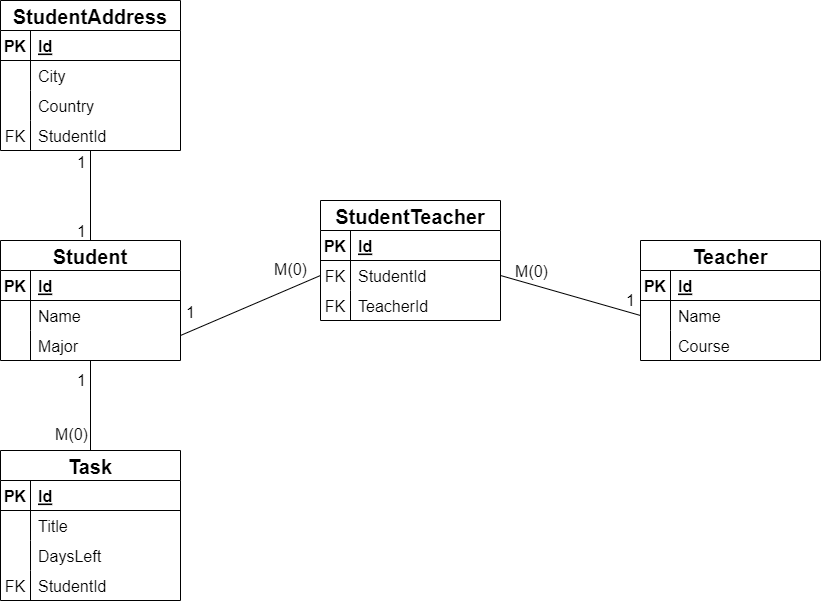
Earlier version of the draw.io export backend/diagram.png (AmarKayed/ASP.NET-Angular-Project). Source tidied: cells renumbered, new cells last; positions are measured from the earlier drawing's top-left corner, leaving out a move shared by most shapes. Its diagram source:
```xml
<mxGraphModel>
  <root>
    <mxCell id="0" />
    <mxCell id="1" parent="0" />
    <mxCell id="2" style="edgeStyle=none;html=1;entryX=0.5;entryY=0;entryDx=0;entryDy=0;fontSize=16;endArrow=none;endFill=0;" parent="1" edge="1" source="5" target="15">
      <mxGeometry relative="1" as="geometry" />
    </mxCell>
    <mxCell id="3" value="1" style="edgeLabel;html=1;align=center;verticalAlign=middle;fontSize=16;labelBackgroundColor=none;" parent="2" vertex="1">
      <mxGeometry x="-0.58" relative="1" as="geometry">
        <mxPoint x="-10" as="offset" />
      </mxGeometry>
    </mxCell>
    <mxCell id="4" value="M(0)" style="edgeLabel;html=1;align=center;verticalAlign=middle;fontSize=16;labelBackgroundColor=none;" parent="2" vertex="1">
      <mxGeometry x="0.77" relative="1" as="geometry">
        <mxPoint x="-20" y="-7" as="offset" />
      </mxGeometry>
    </mxCell>
    <mxCell id="5" value="Student" style="shape=table;startSize=30;rowLines=0;fontStyle=1;align=center;labelBackgroundColor=none;fontSize=20;" parent="1" vertex="1">
      <mxGeometry y="240" width="180" height="120" as="geometry" />
    </mxCell>
    <mxCell id="6" style="shape=partialRectangle;fillColor=none;top=0;left=0;bottom=1;right=0;labelBackgroundColor=none;fontSize=16;" parent="5" vertex="1">
      <mxGeometry y="30" width="180" height="30" as="geometry" />
    </mxCell>
    <mxCell id="7" value="PK" style="shape=partialRectangle;fillColor=none;top=0;left=0;bottom=0;right=0;fontStyle=1;overflow=hidden;labelBackgroundColor=none;fontSize=16;" parent="6" vertex="1">
      <mxGeometry width="30" height="30" as="geometry" />
    </mxCell>
    <mxCell id="8" value="Id" style="shape=partialRectangle;fillColor=none;top=0;left=0;bottom=0;right=0;align=left;spacingLeft=6;fontStyle=5;overflow=hidden;labelBackgroundColor=none;fontSize=16;" parent="6" vertex="1">
      <mxGeometry x="30" width="150" height="30" as="geometry" />
    </mxCell>
    <mxCell id="9" style="shape=partialRectangle;fillColor=none;top=0;left=0;bottom=0;right=0;labelBackgroundColor=none;fontSize=16;" parent="5" vertex="1">
      <mxGeometry y="60" width="180" height="30" as="geometry" />
    </mxCell>
    <mxCell id="10" style="shape=partialRectangle;fillColor=none;top=0;left=0;bottom=0;right=0;overflow=hidden;labelBackgroundColor=none;fontSize=16;" parent="9" vertex="1">
      <mxGeometry width="30" height="30" as="geometry" />
    </mxCell>
    <mxCell id="11" value="Name" style="shape=partialRectangle;fillColor=none;top=0;left=0;bottom=0;right=0;align=left;spacingLeft=6;overflow=hidden;labelBackgroundColor=none;fontSize=16;" parent="9" vertex="1">
      <mxGeometry x="30" width="150" height="30" as="geometry" />
    </mxCell>
    <mxCell id="12" style="shape=partialRectangle;fillColor=none;top=0;left=0;bottom=0;right=0;labelBackgroundColor=none;fontSize=16;" parent="5" vertex="1">
      <mxGeometry y="90" width="180" height="30" as="geometry" />
    </mxCell>
    <mxCell id="13" style="shape=partialRectangle;fillColor=none;top=0;left=0;bottom=0;right=0;overflow=hidden;labelBackgroundColor=none;fontSize=16;" parent="12" vertex="1">
      <mxGeometry width="30" height="30" as="geometry" />
    </mxCell>
    <mxCell id="14" value="Major" style="shape=partialRectangle;fillColor=none;top=0;left=0;bottom=0;right=0;align=left;spacingLeft=6;overflow=hidden;labelBackgroundColor=none;fontSize=16;" parent="12" vertex="1">
      <mxGeometry x="30" width="150" height="30" as="geometry" />
    </mxCell>
    <mxCell id="15" value="Task" style="shape=table;startSize=30;rowLines=0;fontStyle=1;align=center;labelBackgroundColor=none;fontSize=20;" parent="1" vertex="1">
      <mxGeometry y="450" width="180" height="150" as="geometry" />
    </mxCell>
    <mxCell id="16" style="shape=partialRectangle;fillColor=none;top=0;left=0;bottom=1;right=0;labelBackgroundColor=none;fontSize=16;" parent="15" vertex="1">
      <mxGeometry y="30" width="180" height="30" as="geometry" />
    </mxCell>
    <mxCell id="17" value="PK" style="shape=partialRectangle;fillColor=none;top=0;left=0;bottom=0;right=0;fontStyle=1;overflow=hidden;labelBackgroundColor=none;fontSize=16;" parent="16" vertex="1">
      <mxGeometry width="30" height="30" as="geometry" />
    </mxCell>
    <mxCell id="18" value="Id" style="shape=partialRectangle;fillColor=none;top=0;left=0;bottom=0;right=0;align=left;spacingLeft=6;fontStyle=5;overflow=hidden;labelBackgroundColor=none;fontSize=16;" parent="16" vertex="1">
      <mxGeometry x="30" width="150" height="30" as="geometry" />
    </mxCell>
    <mxCell id="19" style="shape=partialRectangle;fillColor=none;top=0;left=0;bottom=0;right=0;labelBackgroundColor=none;fontSize=16;" parent="15" vertex="1">
      <mxGeometry y="60" width="180" height="30" as="geometry" />
    </mxCell>
    <mxCell id="20" style="shape=partialRectangle;fillColor=none;top=0;left=0;bottom=0;right=0;overflow=hidden;labelBackgroundColor=none;fontSize=16;" parent="19" vertex="1">
      <mxGeometry width="30" height="30" as="geometry" />
    </mxCell>
    <mxCell id="21" value="Title" style="shape=partialRectangle;fillColor=none;top=0;left=0;bottom=0;right=0;align=left;spacingLeft=6;overflow=hidden;labelBackgroundColor=none;fontSize=16;" parent="19" vertex="1">
      <mxGeometry x="30" width="150" height="30" as="geometry" />
    </mxCell>
    <mxCell id="22" style="shape=partialRectangle;fillColor=none;top=0;left=0;bottom=0;right=0;labelBackgroundColor=none;fontSize=16;" parent="15" vertex="1">
      <mxGeometry y="90" width="180" height="30" as="geometry" />
    </mxCell>
    <mxCell id="23" style="shape=partialRectangle;fillColor=none;top=0;left=0;bottom=0;right=0;overflow=hidden;labelBackgroundColor=none;fontSize=16;" parent="22" vertex="1">
      <mxGeometry width="30" height="30" as="geometry" />
    </mxCell>
    <mxCell id="24" value="DaysLeft" style="shape=partialRectangle;fillColor=none;top=0;left=0;bottom=0;right=0;align=left;spacingLeft=6;overflow=hidden;labelBackgroundColor=none;fontSize=16;" parent="22" vertex="1">
      <mxGeometry x="30" width="150" height="30" as="geometry" />
    </mxCell>
    <mxCell id="25" style="shape=partialRectangle;fillColor=none;top=0;left=0;bottom=0;right=0;labelBackgroundColor=none;fontSize=16;" parent="15" vertex="1">
      <mxGeometry y="120" width="180" height="30" as="geometry" />
    </mxCell>
    <mxCell id="26" value="FK" style="shape=partialRectangle;fillColor=none;top=0;left=0;bottom=0;right=0;overflow=hidden;labelBackgroundColor=none;fontSize=16;" parent="25" vertex="1">
      <mxGeometry width="30" height="30" as="geometry" />
    </mxCell>
    <mxCell id="27" value="StudentId" style="shape=partialRectangle;fillColor=none;top=0;left=0;bottom=0;right=0;align=left;spacingLeft=6;overflow=hidden;labelBackgroundColor=none;fontSize=16;" parent="25" vertex="1">
      <mxGeometry x="30" width="150" height="30" as="geometry" />
    </mxCell>
    <mxCell id="28" style="edgeStyle=none;html=1;entryX=0.5;entryY=0;entryDx=0;entryDy=0;fontSize=16;endArrow=none;endFill=0;" parent="1" edge="1" source="31" target="5">
      <mxGeometry relative="1" as="geometry" />
    </mxCell>
    <mxCell id="29" value="1" style="edgeLabel;html=1;align=center;verticalAlign=middle;fontSize=16;labelBackgroundColor=none;" parent="28" vertex="1">
      <mxGeometry x="0.76" y="-2" relative="1" as="geometry">
        <mxPoint x="-8" y="1" as="offset" />
      </mxGeometry>
    </mxCell>
    <mxCell id="30" value="1" style="edgeLabel;html=1;align=center;verticalAlign=middle;fontSize=16;" parent="28" vertex="1">
      <mxGeometry x="-0.79" y="3" relative="1" as="geometry">
        <mxPoint x="-13" y="1" as="offset" />
      </mxGeometry>
    </mxCell>
    <mxCell id="31" value="StudentAddress" style="shape=table;startSize=30;rowLines=0;fontStyle=1;align=center;labelBackgroundColor=none;fontSize=20;" parent="1" vertex="1">
      <mxGeometry width="180" height="150" as="geometry" />
    </mxCell>
    <mxCell id="32" style="shape=partialRectangle;fillColor=none;top=0;left=0;bottom=1;right=0;labelBackgroundColor=none;fontSize=16;" parent="31" vertex="1">
      <mxGeometry y="30" width="180" height="30" as="geometry" />
    </mxCell>
    <mxCell id="33" value="PK" style="shape=partialRectangle;fillColor=none;top=0;left=0;bottom=0;right=0;fontStyle=1;overflow=hidden;labelBackgroundColor=none;fontSize=16;" parent="32" vertex="1">
      <mxGeometry width="30" height="30" as="geometry" />
    </mxCell>
    <mxCell id="34" value="Id" style="shape=partialRectangle;fillColor=none;top=0;left=0;bottom=0;right=0;align=left;spacingLeft=6;fontStyle=5;overflow=hidden;labelBackgroundColor=none;fontSize=16;" parent="32" vertex="1">
      <mxGeometry x="30" width="150" height="30" as="geometry" />
    </mxCell>
    <mxCell id="35" style="shape=partialRectangle;fillColor=none;top=0;left=0;bottom=0;right=0;labelBackgroundColor=none;fontSize=16;" parent="31" vertex="1">
      <mxGeometry y="60" width="180" height="30" as="geometry" />
    </mxCell>
    <mxCell id="36" style="shape=partialRectangle;fillColor=none;top=0;left=0;bottom=0;right=0;overflow=hidden;labelBackgroundColor=none;fontSize=16;" parent="35" vertex="1">
      <mxGeometry width="30" height="30" as="geometry" />
    </mxCell>
    <mxCell id="37" value="City" style="shape=partialRectangle;fillColor=none;top=0;left=0;bottom=0;right=0;align=left;spacingLeft=6;overflow=hidden;labelBackgroundColor=none;fontSize=16;" parent="35" vertex="1">
      <mxGeometry x="30" width="150" height="30" as="geometry" />
    </mxCell>
    <mxCell id="38" style="shape=partialRectangle;fillColor=none;top=0;left=0;bottom=0;right=0;labelBackgroundColor=none;fontSize=16;" parent="31" vertex="1">
      <mxGeometry y="90" width="180" height="30" as="geometry" />
    </mxCell>
    <mxCell id="39" style="shape=partialRectangle;fillColor=none;top=0;left=0;bottom=0;right=0;overflow=hidden;labelBackgroundColor=none;fontSize=16;" parent="38" vertex="1">
      <mxGeometry width="30" height="30" as="geometry" />
    </mxCell>
    <mxCell id="40" value="Country" style="shape=partialRectangle;fillColor=none;top=0;left=0;bottom=0;right=0;align=left;spacingLeft=6;overflow=hidden;labelBackgroundColor=none;fontSize=16;" parent="38" vertex="1">
      <mxGeometry x="30" width="150" height="30" as="geometry" />
    </mxCell>
    <mxCell id="41" style="shape=partialRectangle;fillColor=none;top=0;left=0;bottom=0;right=0;labelBackgroundColor=none;fontSize=16;" parent="31" vertex="1">
      <mxGeometry y="120" width="180" height="30" as="geometry" />
    </mxCell>
    <mxCell id="42" value="FK" style="shape=partialRectangle;fillColor=none;top=0;left=0;bottom=0;right=0;overflow=hidden;labelBackgroundColor=none;fontSize=16;" parent="41" vertex="1">
      <mxGeometry width="30" height="30" as="geometry" />
    </mxCell>
    <mxCell id="43" value="StudentId" style="shape=partialRectangle;fillColor=none;top=0;left=0;bottom=0;right=0;align=left;spacingLeft=6;overflow=hidden;labelBackgroundColor=none;fontSize=16;" parent="41" vertex="1">
      <mxGeometry x="30" width="150" height="30" as="geometry" />
    </mxCell>
    <mxCell id="44" value="Teacher" style="shape=table;startSize=30;rowLines=0;fontStyle=1;align=center;labelBackgroundColor=none;fontSize=20;" parent="1" vertex="1">
      <mxGeometry x="640" y="240" width="180" height="120" as="geometry" />
    </mxCell>
    <mxCell id="45" style="shape=partialRectangle;fillColor=none;top=0;left=0;bottom=1;right=0;labelBackgroundColor=none;fontSize=16;" parent="44" vertex="1">
      <mxGeometry y="30" width="180" height="30" as="geometry" />
    </mxCell>
    <mxCell id="46" value="PK" style="shape=partialRectangle;fillColor=none;top=0;left=0;bottom=0;right=0;fontStyle=1;overflow=hidden;labelBackgroundColor=none;fontSize=16;" parent="45" vertex="1">
      <mxGeometry width="30" height="30" as="geometry" />
    </mxCell>
    <mxCell id="47" value="Id" style="shape=partialRectangle;fillColor=none;top=0;left=0;bottom=0;right=0;align=left;spacingLeft=6;fontStyle=5;overflow=hidden;labelBackgroundColor=none;fontSize=16;" parent="45" vertex="1">
      <mxGeometry x="30" width="150" height="30" as="geometry" />
    </mxCell>
    <mxCell id="48" style="shape=partialRectangle;fillColor=none;top=0;left=0;bottom=0;right=0;points=[[0,0.5],[1,0.5]];portConstraint=eastwest;labelBackgroundColor=none;fontSize=16;" parent="44" vertex="1">
      <mxGeometry y="60" width="180" height="30" as="geometry" />
    </mxCell>
    <mxCell id="49" style="shape=partialRectangle;fillColor=none;top=0;left=0;bottom=0;right=0;overflow=hidden;labelBackgroundColor=none;fontSize=16;" parent="48" vertex="1">
      <mxGeometry width="30" height="30" as="geometry" />
    </mxCell>
    <mxCell id="50" value="Name" style="shape=partialRectangle;fillColor=none;top=0;left=0;bottom=0;right=0;align=left;spacingLeft=6;overflow=hidden;labelBackgroundColor=none;fontSize=16;" parent="48" vertex="1">
      <mxGeometry x="30" width="150" height="30" as="geometry" />
    </mxCell>
    <mxCell id="51" style="shape=partialRectangle;fillColor=none;top=0;left=0;bottom=0;right=0;labelBackgroundColor=none;fontSize=16;" parent="44" vertex="1">
      <mxGeometry y="90" width="180" height="30" as="geometry" />
    </mxCell>
    <mxCell id="52" style="shape=partialRectangle;fillColor=none;top=0;left=0;bottom=0;right=0;overflow=hidden;labelBackgroundColor=none;fontSize=16;" parent="51" vertex="1">
      <mxGeometry width="30" height="30" as="geometry" />
    </mxCell>
    <mxCell id="53" value="Course" style="shape=partialRectangle;fillColor=none;top=0;left=0;bottom=0;right=0;align=left;spacingLeft=6;overflow=hidden;labelBackgroundColor=none;fontSize=16;" parent="51" vertex="1">
      <mxGeometry x="30" width="150" height="30" as="geometry" />
    </mxCell>
    <mxCell id="54" value="StudentTeacher" style="shape=table;startSize=30;rowLines=0;fontStyle=1;align=center;labelBackgroundColor=none;fontSize=20;" parent="1" vertex="1">
      <mxGeometry x="320" y="200" width="180" height="120" as="geometry" />
    </mxCell>
    <mxCell id="55" style="shape=partialRectangle;fillColor=none;top=0;left=0;bottom=1;right=0;labelBackgroundColor=none;fontSize=16;" parent="54" vertex="1">
      <mxGeometry y="30" width="180" height="30" as="geometry" />
    </mxCell>
    <mxCell id="56" value="PK" style="shape=partialRectangle;fillColor=none;top=0;left=0;bottom=0;right=0;fontStyle=1;overflow=hidden;labelBackgroundColor=none;fontSize=16;" parent="55" vertex="1">
      <mxGeometry width="30" height="30" as="geometry" />
    </mxCell>
    <mxCell id="57" value="Id" style="shape=partialRectangle;fillColor=none;top=0;left=0;bottom=0;right=0;align=left;spacingLeft=6;fontStyle=5;overflow=hidden;labelBackgroundColor=none;fontSize=16;" parent="55" vertex="1">
      <mxGeometry x="30" width="150" height="30" as="geometry" />
    </mxCell>
    <mxCell id="58" style="shape=partialRectangle;fillColor=none;top=0;left=0;bottom=0;right=0;points=[[0,0.5],[1,0.5]];portConstraint=eastwest;labelBackgroundColor=none;fontSize=16;" parent="54" vertex="1">
      <mxGeometry y="60" width="180" height="30" as="geometry" />
    </mxCell>
    <mxCell id="59" value="FK" style="shape=partialRectangle;fillColor=none;top=0;left=0;bottom=0;right=0;overflow=hidden;labelBackgroundColor=none;fontSize=16;" parent="58" vertex="1">
      <mxGeometry width="30" height="30" as="geometry" />
    </mxCell>
    <mxCell id="60" value="StudentId" style="shape=partialRectangle;fillColor=none;top=0;left=0;bottom=0;right=0;align=left;spacingLeft=6;overflow=hidden;labelBackgroundColor=none;fontSize=16;" parent="58" vertex="1">
      <mxGeometry x="30" width="150" height="30" as="geometry" />
    </mxCell>
    <mxCell id="61" style="shape=partialRectangle;fillColor=none;top=0;left=0;bottom=0;right=0;labelBackgroundColor=none;fontSize=16;" parent="54" vertex="1">
      <mxGeometry y="90" width="180" height="30" as="geometry" />
    </mxCell>
    <mxCell id="62" value="FK" style="shape=partialRectangle;fillColor=none;top=0;left=0;bottom=0;right=0;overflow=hidden;labelBackgroundColor=none;fontSize=16;" parent="61" vertex="1">
      <mxGeometry width="30" height="30" as="geometry" />
    </mxCell>
    <mxCell id="63" value="TeacherId" style="shape=partialRectangle;fillColor=none;top=0;left=0;bottom=0;right=0;align=left;spacingLeft=6;overflow=hidden;labelBackgroundColor=none;fontSize=16;" parent="61" vertex="1">
      <mxGeometry x="30" width="150" height="30" as="geometry" />
    </mxCell>
    <mxCell id="64" style="edgeStyle=none;html=1;exitX=1;exitY=0.5;exitDx=0;exitDy=0;entryX=0;entryY=0.5;entryDx=0;entryDy=0;fontSize=16;endArrow=none;endFill=0;" parent="1" edge="1" target="58">
      <mxGeometry relative="1" as="geometry">
        <mxPoint x="180" y="335" as="sourcePoint" />
      </mxGeometry>
    </mxCell>
    <mxCell id="65" value="1" style="edgeLabel;html=1;align=center;verticalAlign=middle;fontSize=16;labelBackgroundColor=none;" parent="64" vertex="1">
      <mxGeometry x="-0.71" y="1" relative="1" as="geometry">
        <mxPoint x="-10" y="-14" as="offset" />
      </mxGeometry>
    </mxCell>
    <mxCell id="66" value="M(0)" style="edgeLabel;html=1;align=center;verticalAlign=middle;fontSize=16;labelBackgroundColor=none;" parent="64" vertex="1">
      <mxGeometry x="0.86" y="-1" relative="1" as="geometry">
        <mxPoint x="-21" y="-11" as="offset" />
      </mxGeometry>
    </mxCell>
    <mxCell id="67" style="edgeStyle=none;html=1;exitX=0;exitY=0.5;exitDx=0;exitDy=0;entryX=1;entryY=0.5;entryDx=0;entryDy=0;fontSize=16;endArrow=none;endFill=0;" parent="1" edge="1" source="48" target="58">
      <mxGeometry relative="1" as="geometry" />
    </mxCell>
    <mxCell id="68" value="1" style="edgeLabel;html=1;align=center;verticalAlign=middle;fontSize=16;labelBackgroundColor=none;" parent="67" vertex="1">
      <mxGeometry x="-0.84" y="-2" relative="1" as="geometry">
        <mxPoint y="-10" as="offset" />
      </mxGeometry>
    </mxCell>
    <mxCell id="69" value="M(0)" style="edgeLabel;html=1;align=center;verticalAlign=middle;fontSize=16;labelBackgroundColor=none;" parent="67" vertex="1">
      <mxGeometry x="0.78" relative="1" as="geometry">
        <mxPoint x="15" y="-9" as="offset" />
      </mxGeometry>
    </mxCell>
  </root>
</mxGraphModel>
```
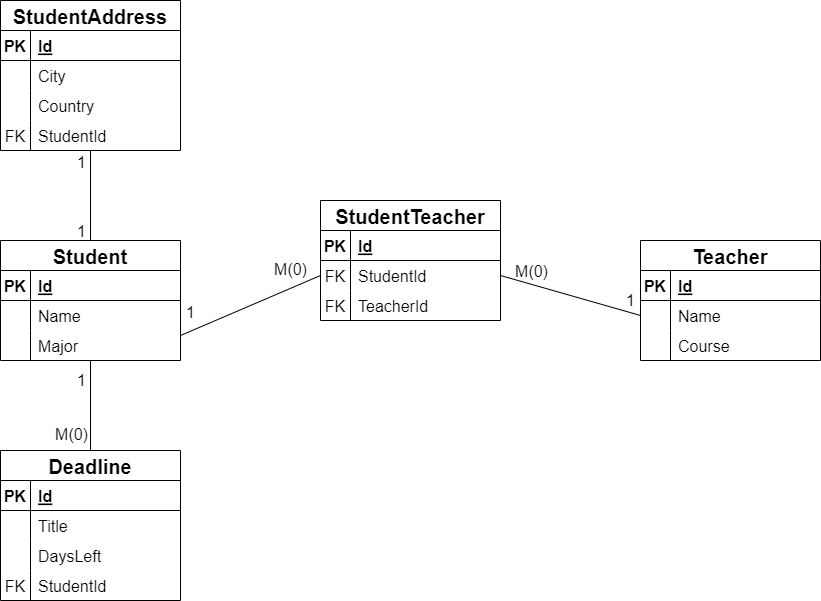
The same file after the commit.

Commit message:
Renamed Task Table To Deadline Table

I made this change due to the fact that in ASP.NET Core 5 there is already a class called "Task" and thus the name becomes ambiguous.

Diff of the diagram source:
```diff
@@ -45,7 +45,7 @@
     <mxCell id="14" value="Major" style="shape=partialRectangle;fillColor=none;top=0;left=0;bottom=0;right=0;align=left;spacingLeft=6;overflow=hidden;labelBackgroundColor=none;fontSize=16;" parent="12" vertex="1">
       <mxGeometry x="30" width="150" height="30" as="geometry" />
     </mxCell>
-    <mxCell id="15" value="Task" style="shape=table;startSize=30;rowLines=0;fontStyle=1;align=center;labelBackgroundColor=none;fontSize=20;" parent="1" vertex="1">
+    <mxCell id="15" value="Deadline" style="shape=table;startSize=30;rowLines=0;fontStyle=1;align=center;labelBackgroundColor=none;fontSize=20;" parent="1" vertex="1">
       <mxGeometry y="450" width="180" height="150" as="geometry" />
     </mxCell>
     <mxCell id="16" style="shape=partialRectangle;fillColor=none;top=0;left=0;bottom=1;right=0;labelBackgroundColor=none;fontSize=16;" parent="15" vertex="1">
```
